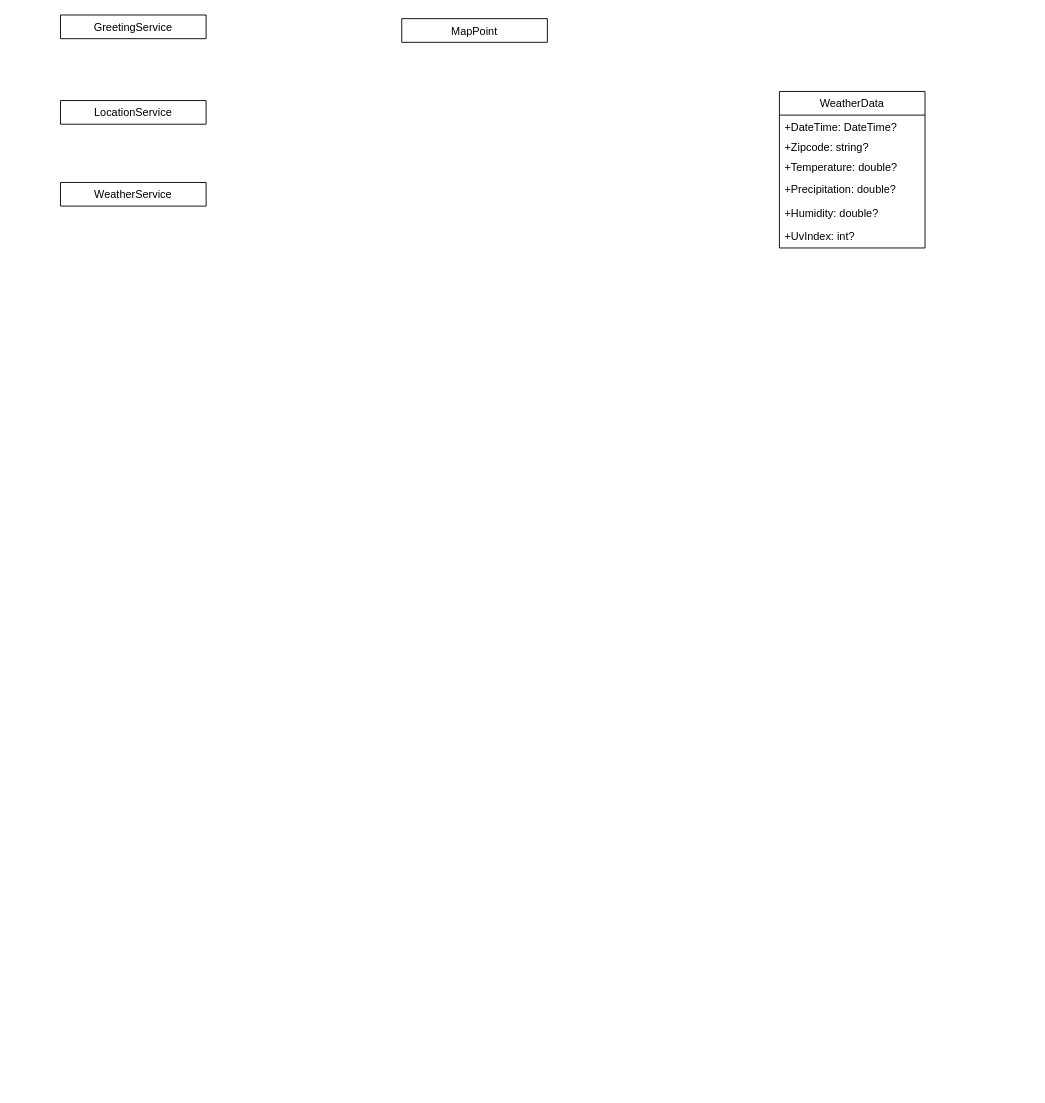
This is WeatherGreeting/weather-greeting-uml.drawio from d-german/weather-greeting, a draw.io file, before an edit. Source tidied: cells renumbered, new cells numbered last; positions are measured from the earlier drawing's top-left corner, leaving out a move shared by most shapes. Both pictures are drawn from the tidied source at 91%, with x=0, y=0 at pixel (60, 15).
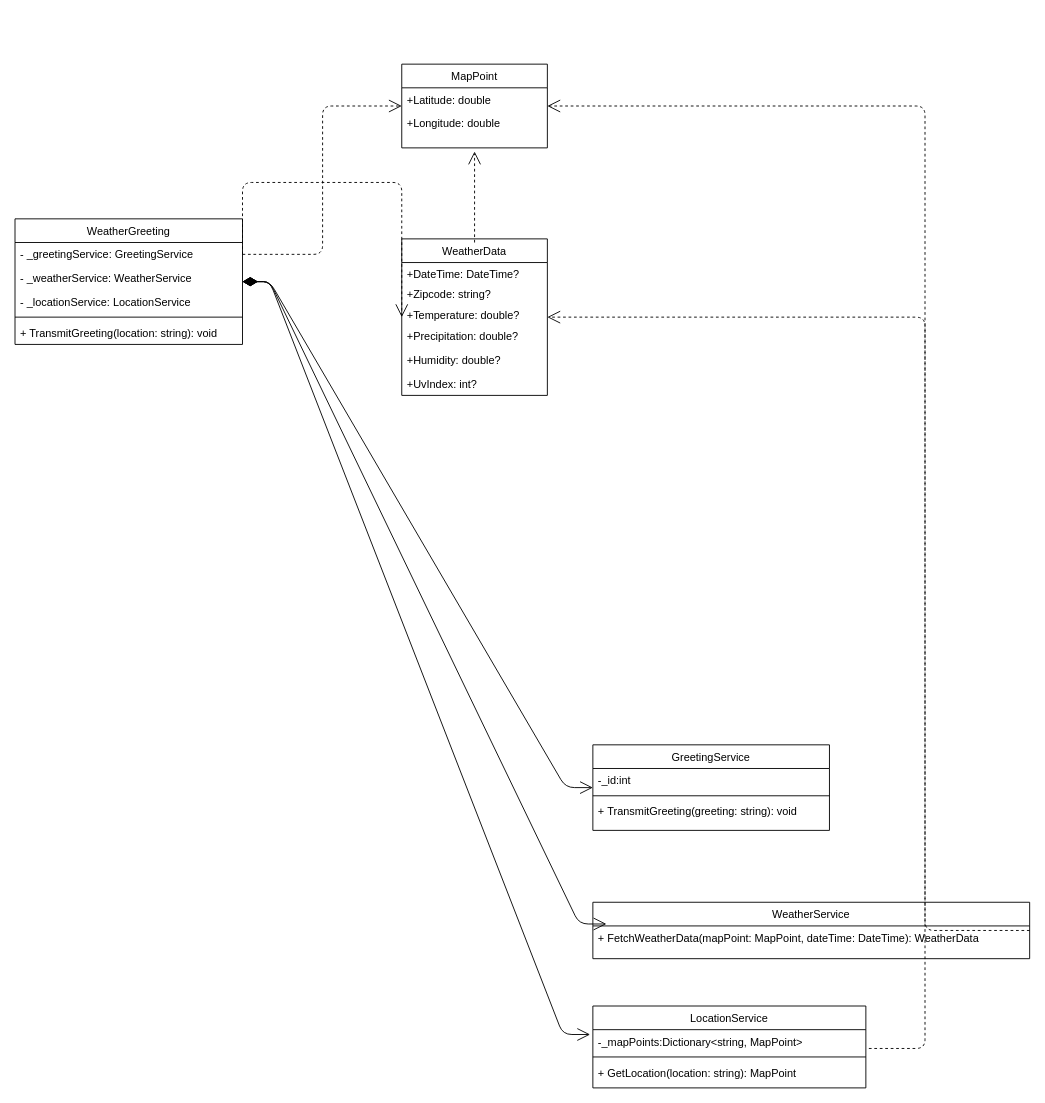
Above is the later version.

What changed in the source:
```diff
@@
     <mxCell id="2" value="WeatherData" style="swimlane;fontStyle=0;align=center;verticalAlign=top;horizontal=1;startSize=26;rounded=0;shadow=0;strokeWidth=1;" parent="1" vertex="1">
-      <mxGeometry x="790" y="84" width="160" height="172" as="geometry" />
+      <mxGeometry x="375" y="246" width="160" height="172" as="geometry" />
     </mxCell>
@@
-    <mxCell id="9" value="MapPoint" style="swimlane;fontStyle=0;align=center;verticalAlign=top;horizontal=1;startSize=26;rounded=0;shadow=0;strokeWidth=1;" parent="1" vertex="1" collapsed="1">
-      <mxGeometry x="375" y="4" width="160" height="26" as="geometry" />
+    <mxCell id="9" value="MapPoint" style="swimlane;fontStyle=0;align=center;verticalAlign=top;horizontal=1;startSize=26;rounded=0;shadow=0;strokeWidth=1;" parent="1" vertex="1">
+      <mxGeometry x="375" y="54" width="160" height="92" as="geometry" />
     </mxCell>
+    <mxCell id="13" value="+Latitude: double" style="text;align=left;verticalAlign=top;spacingLeft=4;spacingRight=4;overflow=hidden;" parent="9" vertex="1">
+      <mxGeometry y="26" width="160" height="26" as="geometry" />
+    </mxCell>
+    <mxCell id="14" value="+Longitude: double" style="text;align=left;verticalAlign=top;spacingLeft=4;spacingRight=4;overflow=hidden;rounded=0;shadow=0;html=0;" parent="9" vertex="1">
+      <mxGeometry y="52" width="160" height="26" as="geometry" />
+    </mxCell>
-    <mxCell id="10" value="GreetingService" style="swimlane;fontStyle=0;align=center;verticalAlign=top;horizontal=1;startSize=26;rounded=0;shadow=0;strokeWidth=1;" parent="1" vertex="1" collapsed="1">
-      <mxGeometry width="160" height="26" as="geometry" />
+    <mxCell id="10" value="GreetingService" style="swimlane;fontStyle=0;align=center;verticalAlign=top;horizontal=1;startSize=26;rounded=0;shadow=0;strokeWidth=1;" parent="1" vertex="1">
+      <mxGeometry x="585" y="802" width="260" height="94" as="geometry" />
     </mxCell>
+    <mxCell id="15" value="-_id:int" style="text;align=left;verticalAlign=top;spacingLeft=4;spacingRight=4;overflow=hidden;" parent="10" vertex="1">
+      <mxGeometry y="26" width="260" height="26" as="geometry" />
+    </mxCell>
+    <mxCell id="16" style="line;html=1;strokeWidth=1;align=left;verticalAlign=middle;spacingTop=-1;spacingLeft=3;spacingRight=3;labelPosition=right;" parent="10" vertex="1">
+      <mxGeometry y="52" width="260" height="8" as="geometry" />
+    </mxCell>
+    <mxCell id="17" value="+ TransmitGreeting(greeting: string): void" style="text;align=left;verticalAlign=top;spacingLeft=4;spacingRight=4;overflow=hidden;" parent="10" vertex="1">
+      <mxGeometry y="60" width="260" height="26" as="geometry" />
+    </mxCell>
-    <mxCell id="11" value="LocationService" style="swimlane;fontStyle=0;align=center;verticalAlign=top;horizontal=1;startSize=26;rounded=0;shadow=0;strokeWidth=1;" parent="1" vertex="1" collapsed="1">
-      <mxGeometry y="94" width="160" height="26" as="geometry" />
+    <mxCell id="11" value="LocationService" style="swimlane;fontStyle=0;align=center;verticalAlign=top;horizontal=1;startSize=26;rounded=0;shadow=0;strokeWidth=1;" parent="1" vertex="1">
+      <mxGeometry x="585" y="1089" width="300" height="90" as="geometry" />
     </mxCell>
+    <mxCell id="18" value="-_mapPoints:Dictionary&lt;string, MapPoint&gt;" style="text;align=left;verticalAlign=top;spacingLeft=4;spacingRight=4;overflow=hidden;points=[[0,0.5],[1,0.5]];portConstraint=eastwest;" parent="11" vertex="1">
+      <mxGeometry y="26" width="300" height="26" as="geometry" />
+    </mxCell>
+    <mxCell id="19" style="line;html=1;strokeWidth=1;align=left;verticalAlign=middle;spacingTop=-1;spacingLeft=3;spacingRight=3;labelPosition=right;" parent="11" vertex="1">
+      <mxGeometry y="52" width="300" height="8" as="geometry" />
+    </mxCell>
+    <mxCell id="20" value="+ GetLocation(location: string): MapPoint" style="text;align=left;verticalAlign=top;spacingLeft=4;spacingRight=4;overflow=hidden;" parent="11" vertex="1">
+      <mxGeometry y="60" width="300" height="26" as="geometry" />
+    </mxCell>
-    <mxCell id="12" value="WeatherService" style="swimlane;fontStyle=0;align=center;verticalAlign=top;horizontal=1;startSize=26;rounded=0;shadow=0;strokeWidth=1;" parent="1" vertex="1" collapsed="1">
-      <mxGeometry y="184" width="160" height="26" as="geometry" />
+    <mxCell id="12" value="WeatherService" style="swimlane;fontStyle=0;align=center;verticalAlign=top;horizontal=1;startSize=26;rounded=0;shadow=0;strokeWidth=1;" parent="1" vertex="1">
+      <mxGeometry x="585" y="975" width="480" height="62" as="geometry" />
     </mxCell>
+    <mxCell id="21" value="+ FetchWeatherData(mapPoint: MapPoint, dateTime: DateTime): WeatherData" style="text;align=left;verticalAlign=top;spacingLeft=4;spacingRight=4;overflow=hidden;" parent="12" vertex="1">
+      <mxGeometry y="26" width="480" height="26" as="geometry" />
+    </mxCell>
+    <mxCell id="22" value="WeatherGreeting" style="swimlane;fontStyle=0;align=center;verticalAlign=top;horizontal=1;startSize=26;" parent="1" vertex="1">
+      <mxGeometry x="-50" y="224" width="250" height="138" as="geometry" />
+    </mxCell>
+    <mxCell id="23" value="- _greetingService: GreetingService" style="text;strokeColor=none;fillColor=none;align=left;verticalAlign=top;spacingLeft=4;spacingRight=4;overflow=hidden;points=[[0,0.5],[1,0.5]];portConstraint=eastwest;" parent="22" vertex="1">
+      <mxGeometry y="26" width="250" height="26" as="geometry" />
+    </mxCell>
+    <mxCell id="24" value="- _weatherService: WeatherService" style="text;strokeColor=none;fillColor=none;align=left;verticalAlign=top;spacingLeft=4;spacingRight=4;overflow=hidden;" parent="22" vertex="1">
+      <mxGeometry y="52" width="250" height="26" as="geometry" />
+    </mxCell>
+    <mxCell id="25" value="- _locationService: LocationService" style="text;strokeColor=none;fillColor=none;align=left;verticalAlign=top;spacingLeft=4;spacingRight=4;overflow=hidden;" parent="22" vertex="1">
+      <mxGeometry y="78" width="250" height="26" as="geometry" />
+    </mxCell>
+    <mxCell id="26" style="line;strokeWidth=1;fillColor=none;align=left;verticalAlign=middle;spacingTop=-1;spacingLeft=3;spacingRight=3;labelPosition=right;" parent="22" vertex="1">
+      <mxGeometry y="104" width="250" height="8" as="geometry" />
+    </mxCell>
+    <mxCell id="27" value="+ TransmitGreeting(location: string): void" style="text;strokeColor=none;fillColor=none;align=left;verticalAlign=top;spacingLeft=4;spacingRight=4;overflow=hidden;" parent="22" vertex="1">
+      <mxGeometry y="112" width="250" height="26" as="geometry" />
+    </mxCell>
+    <mxCell id="28" style="endArrow=open;html=1;endSize=12;startArrow=diamondThin;startSize=14;startFill=1;align=left;verticalAlign=bottom;edgeStyle=entityRelationEdgeStyle;exitX=1;exitY=0.5;exitDx=0;exitDy=0;" parent="1" edge="1" source="22" target="10">
+      <mxGeometry x="-1" y="3" relative="1" as="geometry" />
+    </mxCell>
+    <mxCell id="29" style="endArrow=open;html=1;endSize=12;startArrow=diamondThin;startSize=14;startFill=1;align=left;verticalAlign=bottom;edgeStyle=entityRelationEdgeStyle;entryX=0.031;entryY=0.385;entryDx=0;entryDy=0;entryPerimeter=0;exitX=1;exitY=0.5;exitDx=0;exitDy=0;" parent="1" edge="1" source="22" target="12">
+      <mxGeometry x="-1" y="3" relative="1" as="geometry" />
+    </mxCell>
+    <mxCell id="30" style="endArrow=open;html=1;endSize=12;startArrow=diamondThin;startSize=14;startFill=1;align=left;verticalAlign=bottom;edgeStyle=entityRelationEdgeStyle;entryX=-0.01;entryY=0.348;entryDx=0;entryDy=0;entryPerimeter=0;exitX=1;exitY=0.5;exitDx=0;exitDy=0;" parent="1" edge="1" source="22" target="11">
+      <mxGeometry x="-1" y="3" relative="1" as="geometry" />
+    </mxCell>
+    <mxCell id="31" style="endArrow=open;endSize=12;dashed=1;html=1;entryX=0;entryY=0.5;entryDx=0;entryDy=0;edgeStyle=elbowEdgeStyle;exitX=1;exitY=0.5;exitDx=0;exitDy=0;" parent="1" edge="1" source="23" target="9">
+      <mxGeometry y="-12" relative="1" as="geometry" />
+    </mxCell>
+    <mxCell id="32" style="endArrow=open;endSize=12;dashed=1;html=1;exitX=1.011;exitY=0.795;exitDx=0;exitDy=0;exitPerimeter=0;entryX=1;entryY=0.5;entryDx=0;entryDy=0;edgeStyle=elbowEdgeStyle;" parent="1" edge="1" source="18" target="9">
+      <mxGeometry x="-0.01" relative="1" as="geometry">
+        <Array as="points">
+          <mxPoint x="950" y="477" />
+        </Array>
+      </mxGeometry>
+    </mxCell>
+    <mxCell id="33" style="endArrow=open;endSize=12;dashed=1;html=1;exitX=1;exitY=0.5;exitDx=0;exitDy=0;entryX=1;entryY=0.5;entryDx=0;entryDy=0;edgeStyle=elbowEdgeStyle;" parent="1" edge="1" source="12" target="2">
+      <mxGeometry x="-0.01" y="10" relative="1" as="geometry">
+        <Array as="points">
+          <mxPoint x="950" y="563" />
+          <mxPoint x="690" y="492" />
+        </Array>
+      </mxGeometry>
+    </mxCell>
+    <mxCell id="34" style="endArrow=open;endSize=12;dashed=1;html=1;exitX=1;exitY=0.5;exitDx=0;exitDy=0;entryX=0;entryY=0.5;entryDx=0;entryDy=0;edgeStyle=elbowEdgeStyle;" parent="1" edge="1" source="23" target="2">
+      <mxGeometry y="-12" relative="1" as="geometry">
+        <Array as="points">
+          <mxPoint x="70" y="184" />
+        </Array>
+      </mxGeometry>
+    </mxCell>
+    <mxCell id="35" style="endArrow=open;endSize=12;dashed=1;html=1;" parent="1" edge="1">
+      <mxGeometry y="-12" relative="1" as="geometry">
+        <mxPoint x="455" y="250" as="sourcePoint" />
+        <mxPoint x="455" y="150" as="targetPoint" />
+      </mxGeometry>
+    </mxCell>
```
